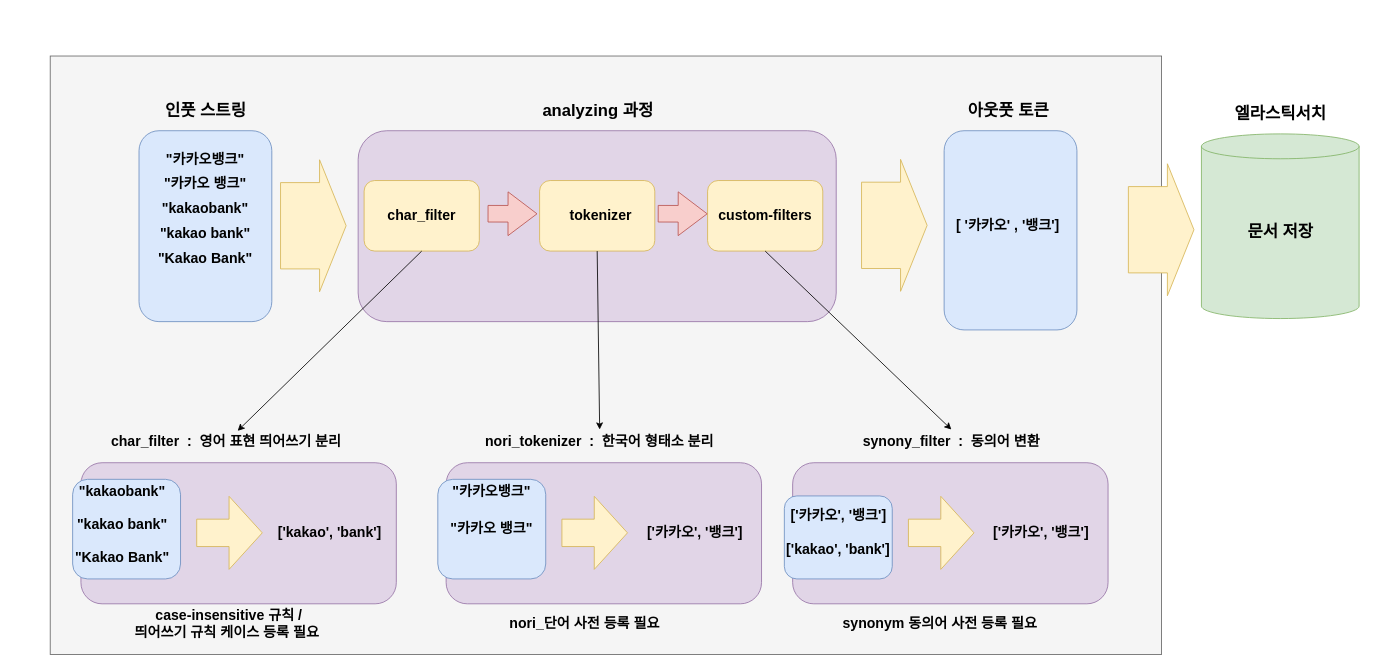
dkGithup2022/module_and_design keeps this draw.io diagram as page "index analyzing 복잡" (23 of 31) of 제목 없는 다이어그램.drawio. Above is the earlier version. Source tidied: cells renumbered, new cells numbered last; positions are measured from the earlier drawing's top-left corner, leaving out a move shared by most shapes. Both pictures are drawn from the tidied source at 83%, with x=0, y=0 at pixel (14, 56).
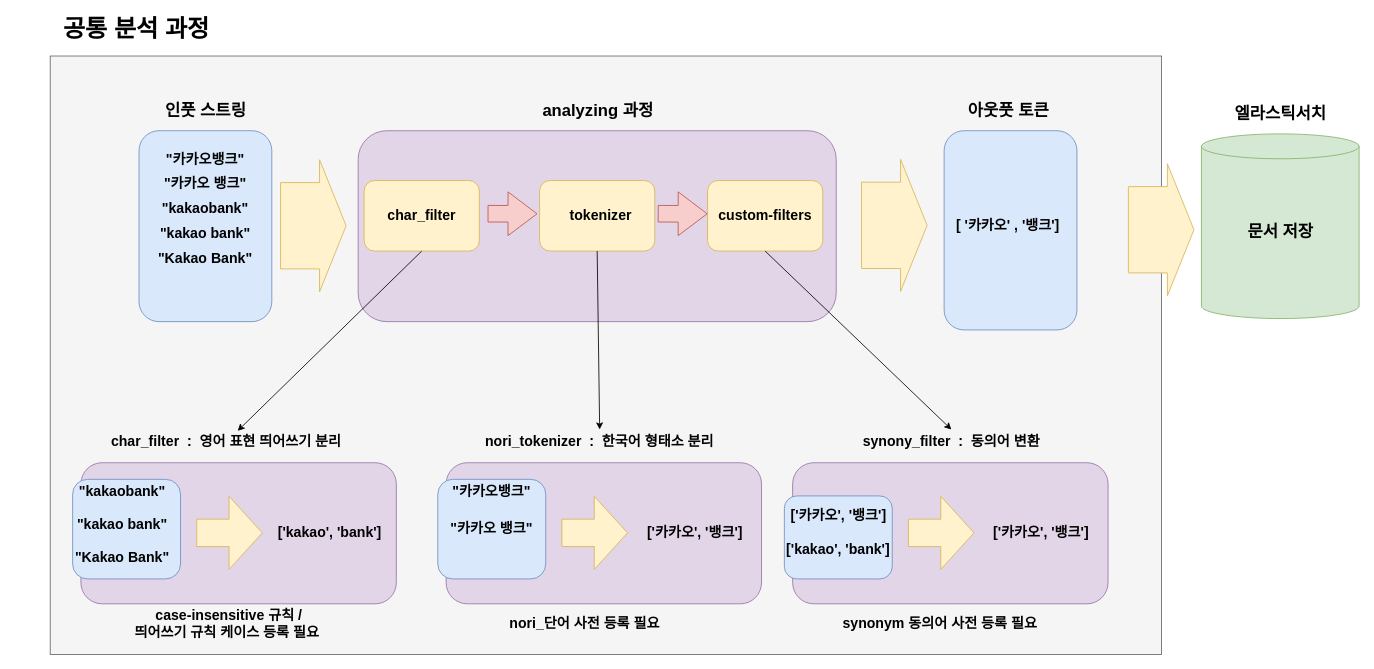
The same diagram, later.

What changed in the source:
```diff
@@
+    <mxCell id="57" value="&lt;b style=&quot;&quot;&gt;&lt;font style=&quot;font-size: 29px;&quot;&gt;공통 분석 과정&amp;nbsp;&amp;nbsp;&lt;/font&gt;&lt;/b&gt;" style="text;html=1;align=center;verticalAlign=middle;whiteSpace=wrap;rounded=0;" parent="1" vertex="1">
+      <mxGeometry y="-48" width="310" height="30" as="geometry" />
+    </mxCell>
```
